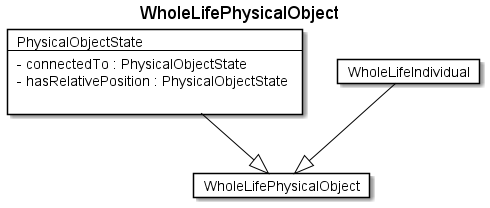
rtigran/rdf2adoc keeps this PlantUML diagram as fragments/diagrams/WholeLifePhysicalObject.png. Above is the earlier version.
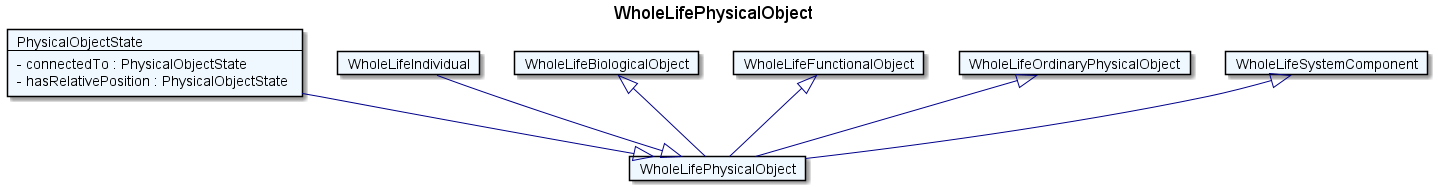
After the change.

What changed in the source:
```diff
@@ -1,19 +1,34 @@
 @startuml
 Title WholeLifePhysicalObject
 
-Card WholeLifePhysicalObject #fff [
+Card WholeLifePhysicalObject #F0F8FF [
 WholeLifePhysicalObject
 ]
-Card PhysicalObjectState #fff [
+Card PhysicalObjectState #F0F8FF [
 PhysicalObjectState
 ----
 - connectedTo : PhysicalObjectState
 - hasRelativePosition : PhysicalObjectState
-
 ]
-PhysicalObjectState --|> WholeLifePhysicalObject  #000
-Card WholeLifeIndividual #fff [
+PhysicalObjectState --|> WholeLifePhysicalObject  #00008B
+Card WholeLifeIndividual #F0F8FF [
 WholeLifeIndividual
 ]
-WholeLifeIndividual --|> WholeLifePhysicalObject  #000
+WholeLifeIndividual --|> WholeLifePhysicalObject  #00008B
+Card WholeLifeBiologicalObject #F0F8FF [
+WholeLifeBiologicalObject
+]
+WholeLifeBiologicalObject <|-- WholeLifePhysicalObject  #00008B
+Card WholeLifeFunctionalObject #F0F8FF [
+WholeLifeFunctionalObject
+]
+WholeLifeFunctionalObject <|-- WholeLifePhysicalObject  #00008B
+Card WholeLifeOrdinaryPhysicalObject #F0F8FF [
+WholeLifeOrdinaryPhysicalObject
+]
+WholeLifeOrdinaryPhysicalObject <|-- WholeLifePhysicalObject  #00008B
+Card WholeLifeSystemComponent #F0F8FF [
+WholeLifeSystemComponent
+]
+WholeLifeSystemComponent <|-- WholeLifePhysicalObject  #00008B
 @enduml
```
